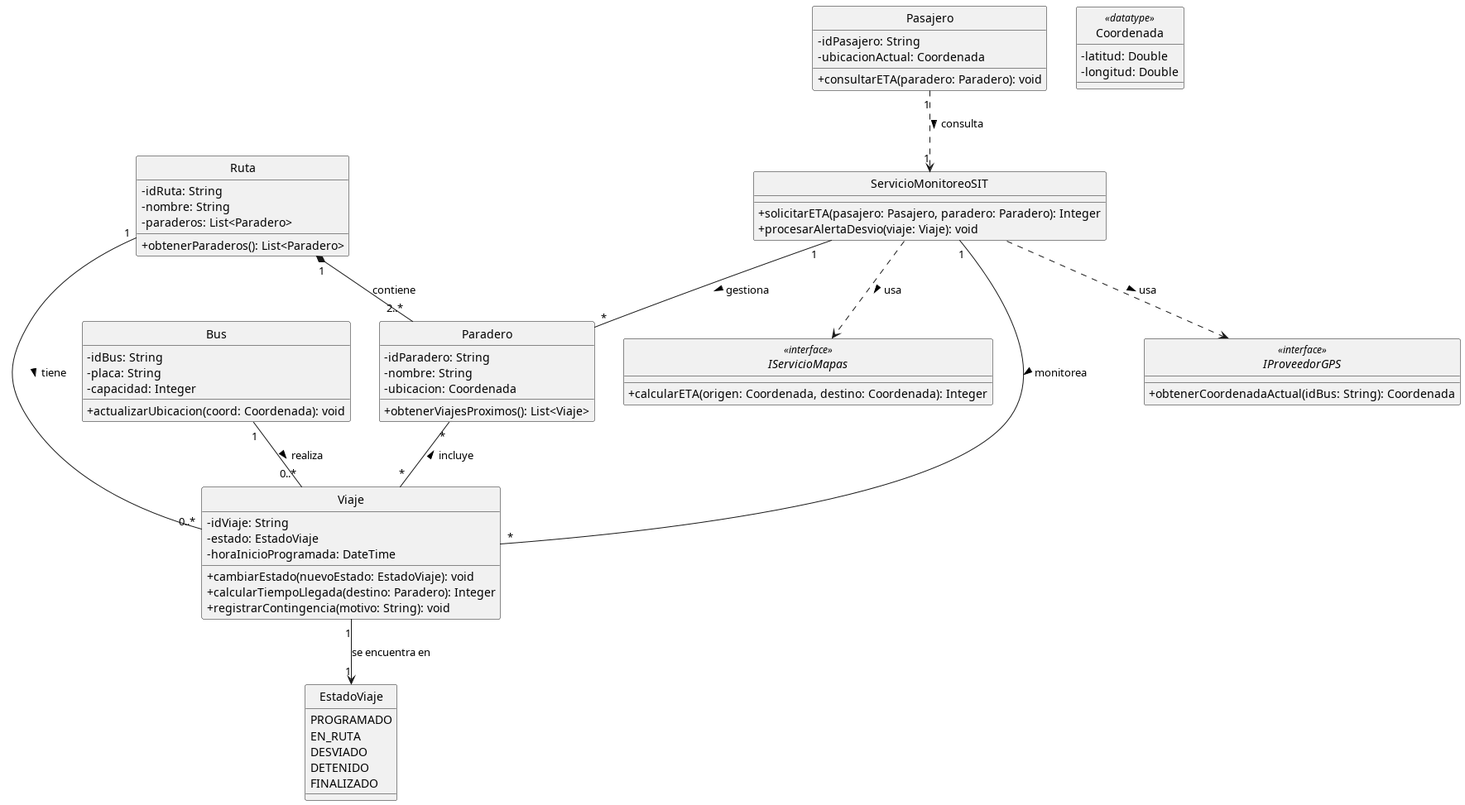
This is docs/design/img/clases.png from AndersonLinoArceValencia/cs-2026b-lab04-grupo06, a PlantUML export, as it was before one commit.
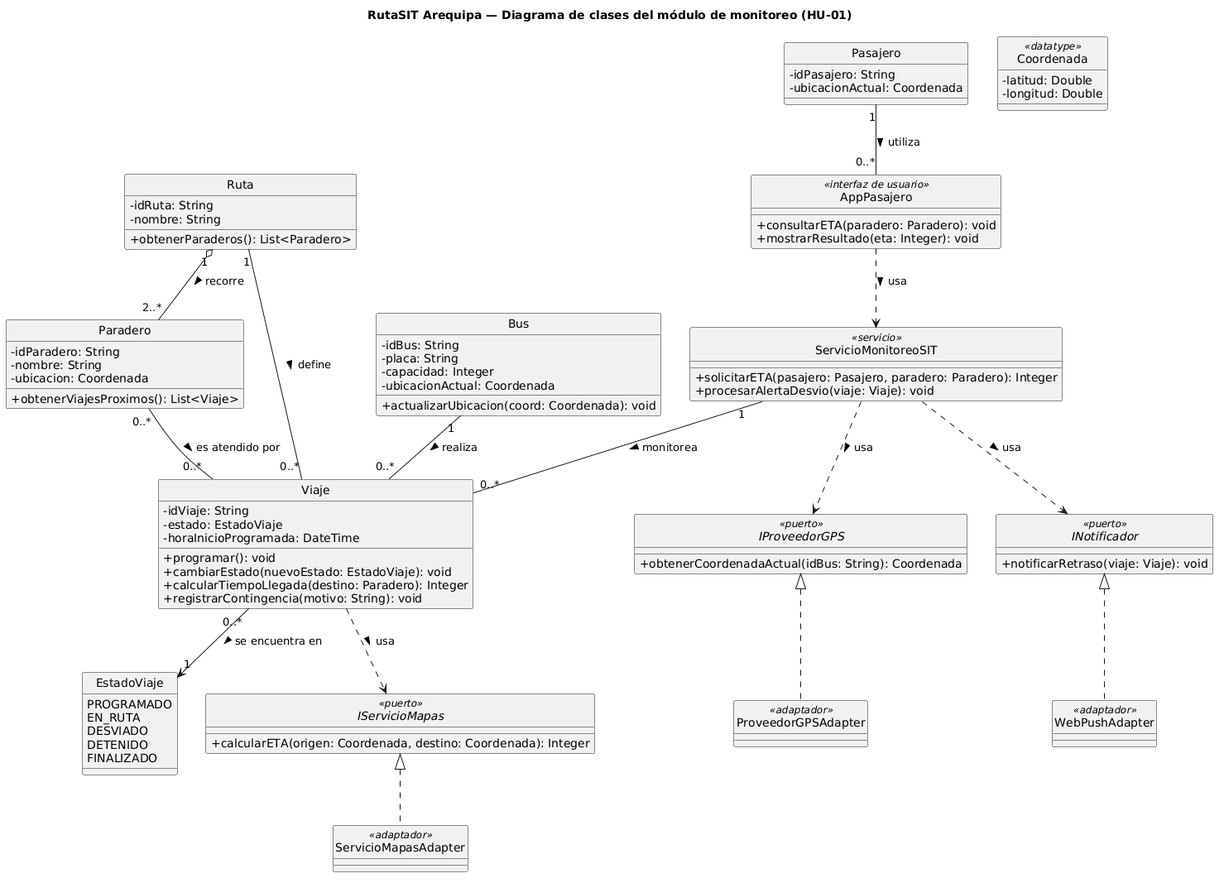
The same file after the commit.

Commit message:
fix: corregir diagramas de clases, secuencia y estados segun reglas C1-C3

What changed in the source:
```diff
@@ -1,6 +1,8 @@
 @startuml
 skinparam style strictuml
 skinparam classAttributeIconSize 0
+skinparam shadowing false
+title RutaSIT Arequipa — Diagrama de clases del módulo de monitoreo (HU-01)
 
 enum EstadoViaje {
     PROGRAMADO
@@ -10,18 +12,30 @@
     FINALIZADO
 }
 
-interface IProveedorGPS <<interface>> {
+interface IProveedorGPS <<puerto>> {
     + obtenerCoordenadaActual(idBus: String): Coordenada
 }
 
-interface IServicioMapas <<interface>> {
+interface IServicioMapas <<puerto>> {
     + calcularETA(origen: Coordenada, destino: Coordenada): Integer
+}
+
+interface INotificador <<puerto>> {
+    + notificarRetraso(viaje: Viaje): void
+}
+
+class ProveedorGPSAdapter <<adaptador>>
+class ServicioMapasAdapter <<adaptador>>
+class WebPushAdapter <<adaptador>>
+
+class AppPasajero <<interfaz de usuario>> {
+    + consultarETA(paradero: Paradero): void
+    + mostrarResultado(eta: Integer): void
 }
 
 class Pasajero {
     - idPasajero: String
     - ubicacionActual: Coordenada
-    + consultarETA(paradero: Paradero): void
 }
 
 class Paradero {
@@ -35,13 +49,13 @@
     - idBus: String
     - placa: String
     - capacidad: Integer
+    - ubicacionActual: Coordenada
     + actualizarUbicacion(coord: Coordenada): void
 }
 
 class Ruta {
     - idRuta: String
     - nombre: String
-    - paraderos: List<Paradero>
     + obtenerParaderos(): List<Paradero>
 }
 
@@ -49,6 +63,7 @@
     - idViaje: String
     - estado: EstadoViaje
     - horaInicioProgramada: DateTime
+    + programar(): void
     + cambiarEstado(nuevoEstado: EstadoViaje): void
     + calcularTiempoLlegada(destino: Paradero): Integer
     + registrarContingencia(motivo: String): void
@@ -59,23 +74,25 @@
     - longitud: Double
 }
 
-class ServicioMonitoreoSIT {
+class ServicioMonitoreoSIT <<servicio>> {
     + solicitarETA(pasajero: Pasajero, paradero: Paradero): Integer
     + procesarAlertaDesvio(viaje: Viaje): void
 }
 
+IProveedorGPS <|.. ProveedorGPSAdapter
+IServicioMapas <|.. ServicioMapasAdapter
+INotificador <|.. WebPushAdapter
+
+AppPasajero ..> ServicioMonitoreoSIT : usa >
 ServicioMonitoreoSIT ..> IProveedorGPS : usa >
-ServicioMonitoreoSIT ..> IServicioMapas : usa >
+ServicioMonitoreoSIT ..> INotificador : usa >
+Viaje ..> IServicioMapas : usa >
 
-Ruta "1" *-- "2..*" Paradero : contiene
+Pasajero "1" -- "0..*" AppPasajero : utiliza >
+Ruta "1" o-- "2..*" Paradero : recorre >
 Bus "1" -- "0..*" Viaje : realiza >
-Ruta "1" -- "0..*" Viaje : tiene >
-Viaje "1" --> "1" EstadoViaje : se encuentra en
-
-ServicioMonitoreoSIT "1" -- "*" Viaje : monitorea >
-ServicioMonitoreoSIT "1" -- "*" Paradero : gestiona >
-
-Pasajero "1" ..> "1" ServicioMonitoreoSIT : consulta >
-Paradero "*" -- "*" Viaje : incluye <
-
+Ruta "1" -- "0..*" Viaje : define >
+Viaje "0..*" --> "1" EstadoViaje : se encuentra en >
+Paradero "0..*" -- "0..*" Viaje : es atendido por >
+ServicioMonitoreoSIT "1" -- "0..*" Viaje : monitorea >
 @enduml
```
